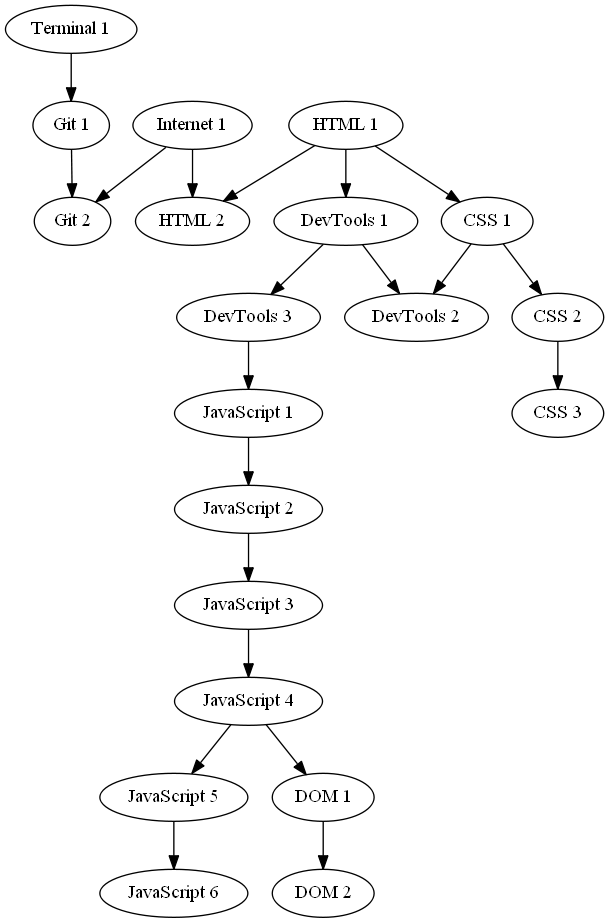
Above: modules.png in Codaisseur/BB-Projects (Graphviz), before the change. Its source is kept beside it as modules.dot.
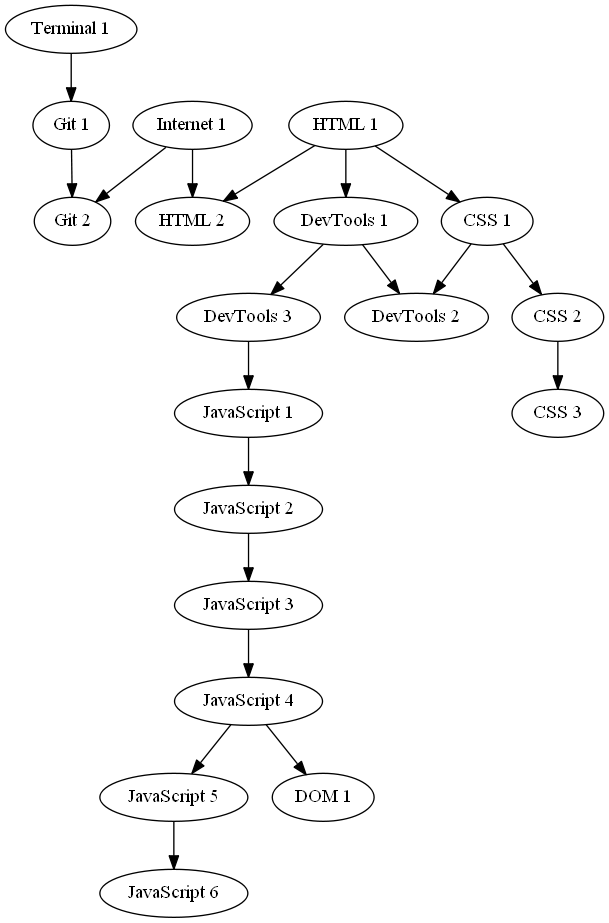
The same file after the commit.

Diff of the diagram source:
```diff
@@ -18,5 +18,4 @@
     "JavaScript 4"->"JavaScript 5"
     "JavaScript 5"->"JavaScript 6"
     "JavaScript 4"->"DOM 1"
-    "DOM 1"->"DOM 2"
 }
```
